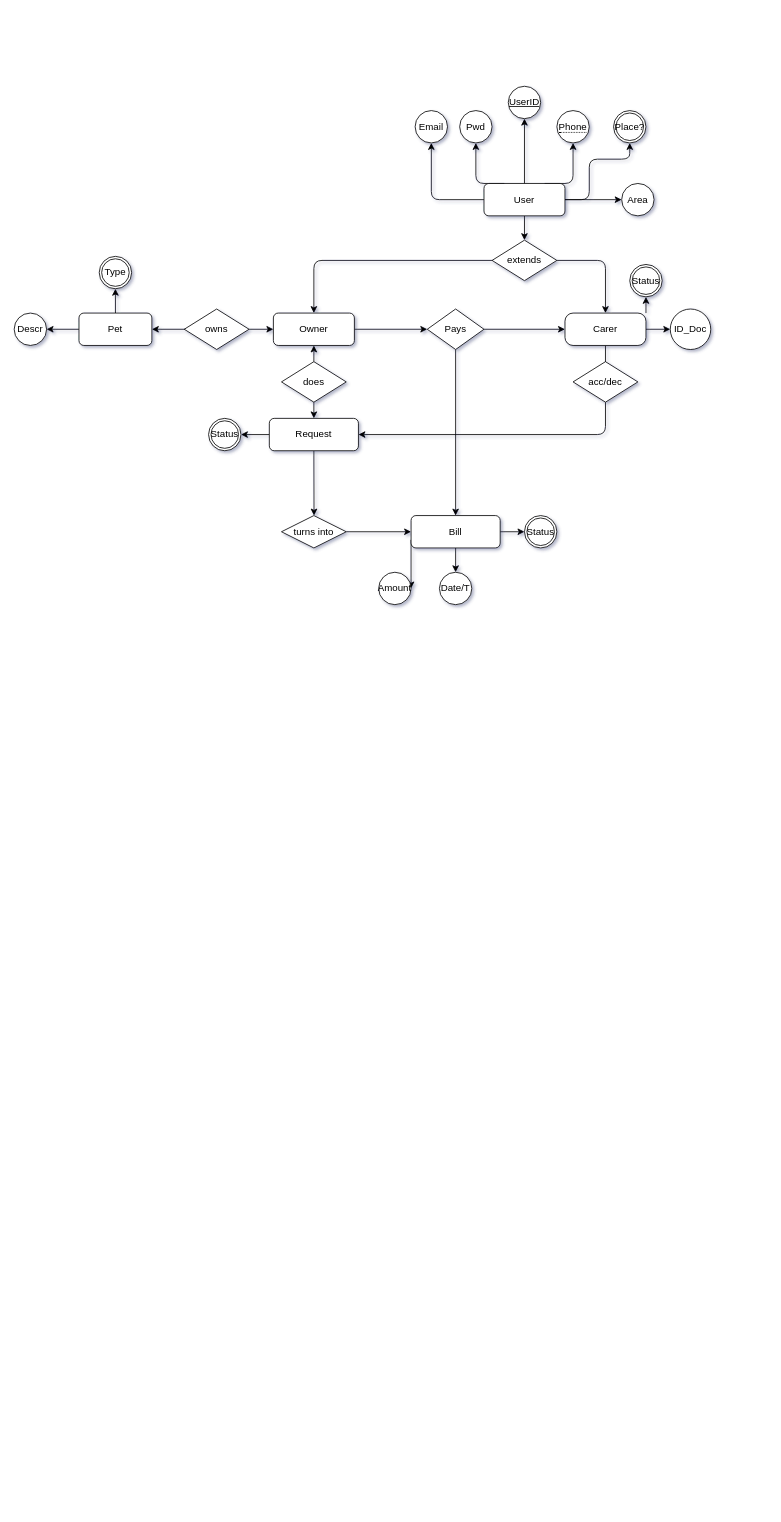
Before: Docs/DB/entidad-realcion.drawio in iagogonzalezborines/MascoTier_Project, a draw.io diagram. Source tidied: cells renumbered, new cells numbered last; positions are measured from the earlier drawing's top-left corner, leaving out a move shared by most shapes. Both pictures are drawn from the tidied source at 81%, with x=0, y=0 at pixel (14, 86).
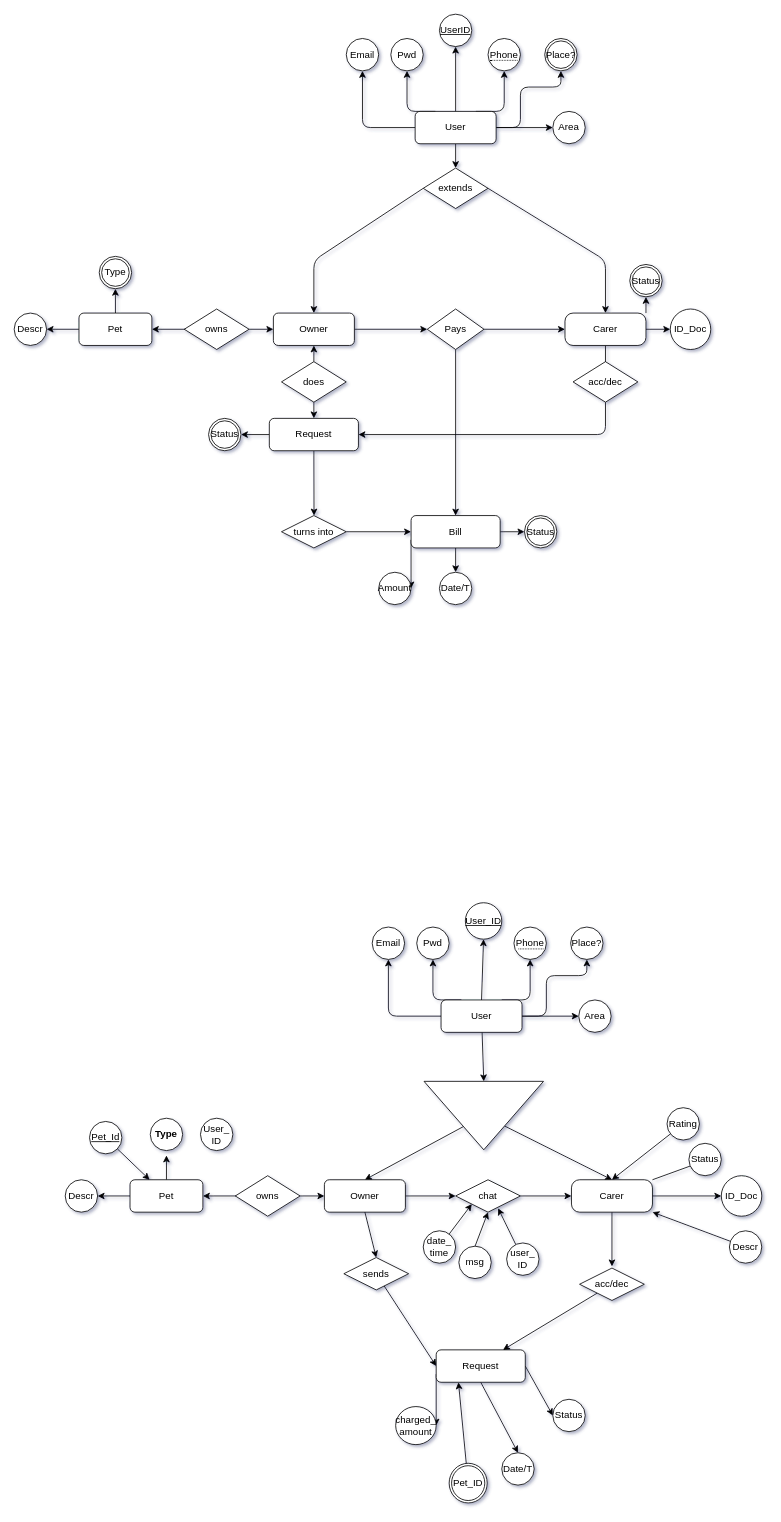
The same page after the edit.

Diff of the diagram source:
```diff
@@
     <mxCell id="4" style="edgeStyle=none;html=1;exitX=0.75;exitY=0;exitDx=0;exitDy=0;entryX=0.5;entryY=1;entryDx=0;entryDy=0;" parent="1" edge="1" source="9" target="21">
       <mxGeometry relative="1" as="geometry">
         <Array as="points">
-          <mxPoint x="690" y="120" />
+          <mxPoint x="605" y="31" />
         </Array>
       </mxGeometry>
     </mxCell>
     <mxCell id="5" style="edgeStyle=none;html=1;exitX=1;exitY=0.5;exitDx=0;exitDy=0;entryX=0.5;entryY=1;entryDx=0;entryDy=0;" parent="1" edge="1" source="9" target="22">
       <mxGeometry relative="1" as="geometry">
         <Array as="points">
-          <mxPoint x="710" y="140" />
-          <mxPoint x="710" y="90" />
-          <mxPoint x="760" y="90" />
+          <mxPoint x="625" y="51" />
+          <mxPoint x="625" y="1" />
+          <mxPoint x="675" y="1" />
         </Array>
       </mxGeometry>
     </mxCell>
     <mxCell id="6" style="edgeStyle=none;html=1;exitX=0.25;exitY=0;exitDx=0;exitDy=0;entryX=0.5;entryY=1;entryDx=0;entryDy=0;" parent="1" edge="1" source="9" target="20">
       <mxGeometry relative="1" as="geometry">
         <Array as="points">
-          <mxPoint x="570" y="120" />
+          <mxPoint x="485" y="31" />
         </Array>
       </mxGeometry>
     </mxCell>
     <mxCell id="7" style="edgeStyle=none;html=1;exitX=0;exitY=0.5;exitDx=0;exitDy=0;entryX=0.5;entryY=1;entryDx=0;entryDy=0;" parent="1" edge="1" source="9" target="19">
       <mxGeometry relative="1" as="geometry">
         <Array as="points">
-          <mxPoint x="515" y="140" />
+          <mxPoint x="430" y="51" />
         </Array>
       </mxGeometry>
     </mxCell>
@@
     <mxCell id="9" value="User" style="rounded=1;whiteSpace=wrap;html=1;" parent="1" vertex="1">
-      <mxGeometry x="580" y="120" width="100" height="40" as="geometry" />
+      <mxGeometry x="495" y="31" width="100" height="40" as="geometry" />
     </mxCell>
@@
     <mxCell id="18" value="extends" style="rhombus;whiteSpace=wrap;html=1;" parent="1" vertex="1">
-      <mxGeometry x="590" y="190" width="80" height="50" as="geometry" />
+      <mxGeometry x="505" y="101" width="80" height="50" as="geometry" />
     </mxCell>
     <mxCell id="19" value="Email" style="ellipse;whiteSpace=wrap;html=1;" parent="1" vertex="1">
-      <mxGeometry x="495" y="30" width="40" height="40" as="geometry" />
+      <mxGeometry x="410" y="-59" width="40" height="40" as="geometry" />
     </mxCell>
     <mxCell id="20" value="Pwd&lt;br&gt;" style="ellipse;whiteSpace=wrap;html=1;" parent="1" vertex="1">
-      <mxGeometry x="550" y="30" width="40" height="40" as="geometry" />
+      <mxGeometry x="465" y="-59" width="40" height="40" as="geometry" />
     </mxCell>
     <mxCell id="21" value="&lt;span style=&quot;border-bottom: 1px dotted&quot;&gt;Phone&lt;/span&gt;" style="ellipse;whiteSpace=wrap;html=1;align=center;" parent="1" vertex="1">
-      <mxGeometry x="670" y="30" width="40" height="40" as="geometry" />
+      <mxGeometry x="585" y="-59" width="40" height="40" as="geometry" />
     </mxCell>
     <mxCell id="22" value="Place?" style="ellipse;shape=doubleEllipse;margin=3;whiteSpace=wrap;html=1;align=center;" parent="1" vertex="1">
-      <mxGeometry x="740" y="30" width="40" height="40" as="geometry" />
+      <mxGeometry x="655" y="-59" width="40" height="40" as="geometry" />
     </mxCell>
     <mxCell id="23" value="UserID&lt;br&gt;" style="ellipse;whiteSpace=wrap;html=1;align=center;fontStyle=4;" parent="1" vertex="1">
-      <mxGeometry x="610" width="40" height="40" as="geometry" />
+      <mxGeometry x="525" y="-89" width="40" height="40" as="geometry" />
     </mxCell>
@@
     <mxCell id="30" value="Area" style="ellipse;whiteSpace=wrap;html=1;" parent="1" vertex="1">
-      <mxGeometry x="750" y="120" width="40" height="40" as="geometry" />
+      <mxGeometry x="665" y="31" width="40" height="40" as="geometry" />
     </mxCell>
@@
+    <mxCell id="56" style="edgeStyle=none;html=1;entryX=0.5;entryY=0;entryDx=0;entryDy=0;" parent="1" edge="1" source="58" target="68">
+      <mxGeometry relative="1" as="geometry" />
+    </mxCell>
+    <mxCell id="57" style="edgeStyle=none;html=1;entryX=0.5;entryY=0;entryDx=0;entryDy=0;" parent="1" edge="1" source="58" target="72">
+      <mxGeometry relative="1" as="geometry" />
+    </mxCell>
+    <mxCell id="58" style="triangle;whiteSpace=wrap;html=1;rotation=90;" parent="1" vertex="1">
+      <mxGeometry x="537.5" y="1197" width="84.5" height="147.5" as="geometry" />
+    </mxCell>
+    <mxCell id="59" style="edgeStyle=none;html=1;exitX=0.5;exitY=0;exitDx=0;exitDy=0;entryX=0.5;entryY=1;entryDx=0;entryDy=0;" parent="1" edge="1" source="66" target="76">
+      <mxGeometry relative="1" as="geometry" />
+    </mxCell>
+    <mxCell id="60" style="edgeStyle=none;html=1;exitX=0.75;exitY=0;exitDx=0;exitDy=0;entryX=0.5;entryY=1;entryDx=0;entryDy=0;" parent="1" edge="1" source="66" target="75">
+      <mxGeometry relative="1" as="geometry">
+        <Array as="points">
+          <mxPoint x="637" y="1128" />
+        </Array>
+      </mxGeometry>
+    </mxCell>
+    <mxCell id="61" style="edgeStyle=none;html=1;exitX=1;exitY=0.5;exitDx=0;exitDy=0;entryX=0.5;entryY=1;entryDx=0;entryDy=0;" parent="1" edge="1" source="66">
+      <mxGeometry relative="1" as="geometry">
+        <mxPoint x="707" y="1078" as="targetPoint" />
+        <Array as="points">
+          <mxPoint x="657" y="1148" />
+          <mxPoint x="657" y="1098" />
+          <mxPoint x="707" y="1098" />
+        </Array>
+      </mxGeometry>
+    </mxCell>
+    <mxCell id="62" style="edgeStyle=none;html=1;exitX=0.25;exitY=0;exitDx=0;exitDy=0;entryX=0.5;entryY=1;entryDx=0;entryDy=0;" parent="1" edge="1" source="66" target="74">
+      <mxGeometry relative="1" as="geometry">
+        <Array as="points">
+          <mxPoint x="517" y="1128" />
+        </Array>
+      </mxGeometry>
+    </mxCell>
+    <mxCell id="63" style="edgeStyle=none;html=1;exitX=0;exitY=0.5;exitDx=0;exitDy=0;entryX=0.5;entryY=1;entryDx=0;entryDy=0;" parent="1" edge="1" source="66" target="73">
+      <mxGeometry relative="1" as="geometry">
+        <Array as="points">
+          <mxPoint x="462" y="1148" />
+        </Array>
+      </mxGeometry>
+    </mxCell>
+    <mxCell id="64" style="edgeStyle=none;html=1;exitX=1;exitY=0.5;exitDx=0;exitDy=0;entryX=0;entryY=0.5;entryDx=0;entryDy=0;" parent="1" edge="1" source="66" target="83">
+      <mxGeometry relative="1" as="geometry" />
+    </mxCell>
+    <mxCell id="65" style="edgeStyle=none;html=1;entryX=0;entryY=0.5;entryDx=0;entryDy=0;" parent="1" edge="1" source="66" target="58">
+      <mxGeometry relative="1" as="geometry" />
+    </mxCell>
+    <mxCell id="66" value="User" style="rounded=1;whiteSpace=wrap;html=1;" parent="1" vertex="1">
+      <mxGeometry x="527" y="1128" width="100" height="40" as="geometry" />
+    </mxCell>
+    <mxCell id="67" style="edgeStyle=none;html=1;entryX=0;entryY=0.5;entryDx=0;entryDy=0;" parent="1" edge="1" source="68" target="110">
+      <mxGeometry relative="1" as="geometry" />
+    </mxCell>
+    <mxCell id="68" value="Owner" style="rounded=1;whiteSpace=wrap;html=1;" parent="1" vertex="1">
+      <mxGeometry x="383" y="1350" width="100" height="40" as="geometry" />
+    </mxCell>
+    <mxCell id="69" style="edgeStyle=none;html=1;exitX=1;exitY=0.5;exitDx=0;exitDy=0;entryX=0;entryY=0.5;entryDx=0;entryDy=0;" parent="1" edge="1" source="72" target="84">
+      <mxGeometry relative="1" as="geometry" />
+    </mxCell>
+    <mxCell id="70" style="edgeStyle=none;html=1;exitX=1;exitY=0;exitDx=0;exitDy=0;entryX=0.5;entryY=1;entryDx=0;entryDy=0;" parent="1" edge="1" source="72">
+      <mxGeometry relative="1" as="geometry">
+        <mxPoint x="843" y="1330" as="targetPoint" />
+      </mxGeometry>
+    </mxCell>
+    <mxCell id="71" style="edgeStyle=none;html=1;exitX=0.5;exitY=1;exitDx=0;exitDy=0;" parent="1" edge="1" source="72">
+      <mxGeometry relative="1" as="geometry">
+        <mxPoint x="738" y="1457" as="targetPoint" />
+      </mxGeometry>
+    </mxCell>
+    <mxCell id="72" value="Carer&lt;br&gt;" style="rounded=1;whiteSpace=wrap;html=1;arcSize=25;" parent="1" vertex="1">
+      <mxGeometry x="688" y="1350" width="100" height="40" as="geometry" />
+    </mxCell>
+    <mxCell id="73" value="Email" style="ellipse;whiteSpace=wrap;html=1;" parent="1" vertex="1">
+      <mxGeometry x="442" y="1038" width="40" height="40" as="geometry" />
+    </mxCell>
+    <mxCell id="74" value="Pwd&lt;br&gt;" style="ellipse;whiteSpace=wrap;html=1;" parent="1" vertex="1">
+      <mxGeometry x="497" y="1038" width="40" height="40" as="geometry" />
+    </mxCell>
+    <mxCell id="75" value="&lt;span style=&quot;border-bottom: 1px dotted&quot;&gt;Phone&lt;/span&gt;" style="ellipse;whiteSpace=wrap;html=1;align=center;" parent="1" vertex="1">
+      <mxGeometry x="617" y="1038" width="40" height="40" as="geometry" />
+    </mxCell>
+    <mxCell id="76" value="User_ID" style="ellipse;whiteSpace=wrap;html=1;align=center;fontStyle=4;" parent="1" vertex="1">
+      <mxGeometry x="557" y="1008" width="45" height="45" as="geometry" />
+    </mxCell>
+    <mxCell id="77" style="edgeStyle=none;html=1;exitX=0.5;exitY=0;exitDx=0;exitDy=0;" parent="1" edge="1" source="79">
+      <mxGeometry relative="1" as="geometry">
+        <mxPoint x="188" y="1320" as="targetPoint" />
+      </mxGeometry>
+    </mxCell>
+    <mxCell id="78" style="edgeStyle=none;html=1;" parent="1" edge="1" source="79" target="85">
+      <mxGeometry relative="1" as="geometry" />
+    </mxCell>
+    <mxCell id="79" value="Pet" style="rounded=1;whiteSpace=wrap;html=1;" parent="1" vertex="1">
+      <mxGeometry x="143" y="1350" width="90" height="40" as="geometry" />
+    </mxCell>
+    <mxCell id="80" style="edgeStyle=none;html=1;entryX=1;entryY=0.5;entryDx=0;entryDy=0;" parent="1" edge="1" target="79">
+      <mxGeometry relative="1" as="geometry">
+        <mxPoint x="283" y="1370" as="sourcePoint" />
+      </mxGeometry>
+    </mxCell>
+    <mxCell id="81" style="edgeStyle=none;html=1;exitX=1;exitY=0.5;exitDx=0;exitDy=0;entryX=0;entryY=0.5;entryDx=0;entryDy=0;" parent="1" edge="1" source="82" target="68">
+      <mxGeometry relative="1" as="geometry" />
+    </mxCell>
+    <mxCell id="82" value="owns" style="rhombus;whiteSpace=wrap;html=1;" parent="1" vertex="1">
+      <mxGeometry x="273" y="1345" width="80" height="50" as="geometry" />
+    </mxCell>
+    <mxCell id="83" value="Area" style="ellipse;whiteSpace=wrap;html=1;" parent="1" vertex="1">
+      <mxGeometry x="697" y="1128" width="40" height="40" as="geometry" />
+    </mxCell>
+    <mxCell id="84" value="ID_Doc&lt;br&gt;" style="ellipse;whiteSpace=wrap;html=1;" parent="1" vertex="1">
+      <mxGeometry x="873" y="1345" width="50" height="50" as="geometry" />
+    </mxCell>
+    <mxCell id="85" value="Descr&lt;br&gt;" style="ellipse;whiteSpace=wrap;html=1;" parent="1" vertex="1">
+      <mxGeometry x="63" y="1350" width="40" height="40" as="geometry" />
+    </mxCell>
+    <mxCell id="86" style="edgeStyle=none;html=1;exitX=0.5;exitY=1;exitDx=0;exitDy=0;entryX=0.5;entryY=0;entryDx=0;entryDy=0;" parent="1" edge="1" source="68" target="88">
+      <mxGeometry relative="1" as="geometry" />
+    </mxCell>
+    <mxCell id="87" style="edgeStyle=none;html=1;entryX=0;entryY=0.5;entryDx=0;entryDy=0;" parent="1" edge="1" source="88" target="92">
+      <mxGeometry relative="1" as="geometry" />
+    </mxCell>
+    <mxCell id="88" value="sends" style="rhombus;whiteSpace=wrap;html=1;" parent="1" vertex="1">
+      <mxGeometry x="407" y="1446" width="80" height="40" as="geometry" />
+    </mxCell>
+    <mxCell id="89" style="edgeStyle=none;html=1;exitX=1;exitY=0.5;exitDx=0;exitDy=0;entryX=0;entryY=0.5;entryDx=0;entryDy=0;" parent="1" edge="1" source="92" target="97">
+      <mxGeometry relative="1" as="geometry" />
+    </mxCell>
+    <mxCell id="90" style="edgeStyle=none;html=1;exitX=0.5;exitY=1;exitDx=0;exitDy=0;entryX=0.5;entryY=0;entryDx=0;entryDy=0;" parent="1" edge="1" source="92" target="93">
+      <mxGeometry relative="1" as="geometry" />
+    </mxCell>
+    <mxCell id="91" style="edgeStyle=none;html=1;exitX=0;exitY=0.75;exitDx=0;exitDy=0;entryX=1;entryY=0.5;entryDx=0;entryDy=0;" parent="1" edge="1" source="92" target="94">
+      <mxGeometry relative="1" as="geometry" />
+    </mxCell>
+    <mxCell id="92" value="Request" style="rounded=1;whiteSpace=wrap;html=1;" parent="1" vertex="1">
+      <mxGeometry x="521" y="1560" width="110" height="40" as="geometry" />
+    </mxCell>
+    <mxCell id="93" value="Date/T" style="ellipse;whiteSpace=wrap;html=1;" parent="1" vertex="1">
+      <mxGeometry x="602" y="1687" width="40" height="40" as="geometry" />
+    </mxCell>
+    <mxCell id="94" value="charged_&lt;br&gt;amount" style="ellipse;whiteSpace=wrap;html=1;" parent="1" vertex="1">
+      <mxGeometry x="471" y="1630" width="50" height="47" as="geometry" />
+    </mxCell>
+    <mxCell id="95" value="Place?" style="ellipse;whiteSpace=wrap;html=1;" parent="1" vertex="1">
+      <mxGeometry x="687" y="1038" width="40" height="40" as="geometry" />
+    </mxCell>
+    <mxCell id="96" value="Status" style="ellipse;whiteSpace=wrap;html=1;" parent="1" vertex="1">
+      <mxGeometry x="833" y="1305" width="40" height="40" as="geometry" />
+    </mxCell>
+    <mxCell id="97" value="Status" style="ellipse;whiteSpace=wrap;html=1;" parent="1" vertex="1">
+      <mxGeometry x="665" y="1621" width="40" height="40" as="geometry" />
+    </mxCell>
+    <mxCell id="98" value="Type" style="ellipse;whiteSpace=wrap;html=1;fontStyle=1;" parent="1" vertex="1">
+      <mxGeometry x="168" y="1274" width="40" height="40" as="geometry" />
+    </mxCell>
+    <mxCell id="99" style="edgeStyle=none;html=1;entryX=0.5;entryY=0;entryDx=0;entryDy=0;" parent="1" edge="1" source="100" target="72">
+      <mxGeometry relative="1" as="geometry" />
+    </mxCell>
+    <mxCell id="100" value="Rating" style="ellipse;whiteSpace=wrap;html=1;" parent="1" vertex="1">
+      <mxGeometry x="806" y="1261" width="40" height="40" as="geometry" />
+    </mxCell>
+    <mxCell id="101" style="edgeStyle=none;html=1;entryX=0.75;entryY=0;entryDx=0;entryDy=0;" parent="1" edge="1" source="102" target="92">
+      <mxGeometry relative="1" as="geometry" />
+    </mxCell>
+    <mxCell id="102" value="acc/dec" style="rhombus;whiteSpace=wrap;html=1;" parent="1" vertex="1">
+      <mxGeometry x="698" y="1459" width="80" height="40" as="geometry" />
+    </mxCell>
+    <mxCell id="103" style="edgeStyle=none;html=1;entryX=0.25;entryY=1;entryDx=0;entryDy=0;" parent="1" edge="1" source="104" target="92">
+      <mxGeometry relative="1" as="geometry" />
+    </mxCell>
+    <mxCell id="104" value="Pet_ID" style="ellipse;shape=doubleEllipse;margin=3;whiteSpace=wrap;html=1;align=center;" parent="1" vertex="1">
+      <mxGeometry x="537" y="1700" width="47" height="49" as="geometry" />
+    </mxCell>
+    <mxCell id="105" style="edgeStyle=none;html=1;" parent="1" edge="1" source="106" target="79">
+      <mxGeometry relative="1" as="geometry" />
+    </mxCell>
+    <mxCell id="106" value="&lt;u&gt;Pet_Id&lt;/u&gt;" style="ellipse;whiteSpace=wrap;html=1;" parent="1" vertex="1">
+      <mxGeometry x="93" y="1278" width="40" height="40" as="geometry" />
+    </mxCell>
+    <mxCell id="107" style="edgeStyle=none;html=1;entryX=1;entryY=1;entryDx=0;entryDy=0;" parent="1" edge="1" source="108" target="72">
+      <mxGeometry relative="1" as="geometry" />
+    </mxCell>
+    <mxCell id="108" value="Descr&lt;br&gt;" style="ellipse;whiteSpace=wrap;html=1;" parent="1" vertex="1">
+      <mxGeometry x="883" y="1413" width="40" height="40" as="geometry" />
+    </mxCell>
+    <mxCell id="109" style="edgeStyle=none;html=1;" parent="1" edge="1" source="110" target="72">
+      <mxGeometry relative="1" as="geometry" />
+    </mxCell>
+    <mxCell id="110" value="chat" style="rhombus;whiteSpace=wrap;html=1;" parent="1" vertex="1">
+      <mxGeometry x="545" y="1350" width="80" height="40" as="geometry" />
+    </mxCell>
+    <mxCell id="111" style="edgeStyle=none;html=1;entryX=0.5;entryY=1;entryDx=0;entryDy=0;exitX=0.5;exitY=0;exitDx=0;exitDy=0;" parent="1" edge="1" source="112" target="110">
+      <mxGeometry relative="1" as="geometry" />
+    </mxCell>
+    <mxCell id="112" value="msg" style="ellipse;whiteSpace=wrap;html=1;" parent="1" vertex="1">
+      <mxGeometry x="549" y="1432" width="40" height="40" as="geometry" />
+    </mxCell>
+    <mxCell id="113" style="edgeStyle=none;html=1;entryX=0;entryY=1;entryDx=0;entryDy=0;" parent="1" edge="1" source="114" target="110">
+      <mxGeometry relative="1" as="geometry" />
+    </mxCell>
+    <mxCell id="114" value="date_&lt;br&gt;time" style="ellipse;whiteSpace=wrap;html=1;" parent="1" vertex="1">
+      <mxGeometry x="505" y="1413" width="40" height="40" as="geometry" />
+    </mxCell>
+    <mxCell id="115" style="edgeStyle=none;html=1;entryX=0.656;entryY=0.88;entryDx=0;entryDy=0;entryPerimeter=0;" parent="1" edge="1" source="116" target="110">
+      <mxGeometry relative="1" as="geometry" />
+    </mxCell>
+    <mxCell id="116" value="user_&lt;br&gt;ID" style="ellipse;whiteSpace=wrap;html=1;" parent="1" vertex="1">
+      <mxGeometry x="608" y="1428" width="40" height="40" as="geometry" />
+    </mxCell>
+    <mxCell id="117" value="User_&lt;br&gt;ID" style="ellipse;whiteSpace=wrap;html=1;" parent="1" vertex="1">
+      <mxGeometry x="230" y="1274" width="40" height="40" as="geometry" />
+    </mxCell>
```
